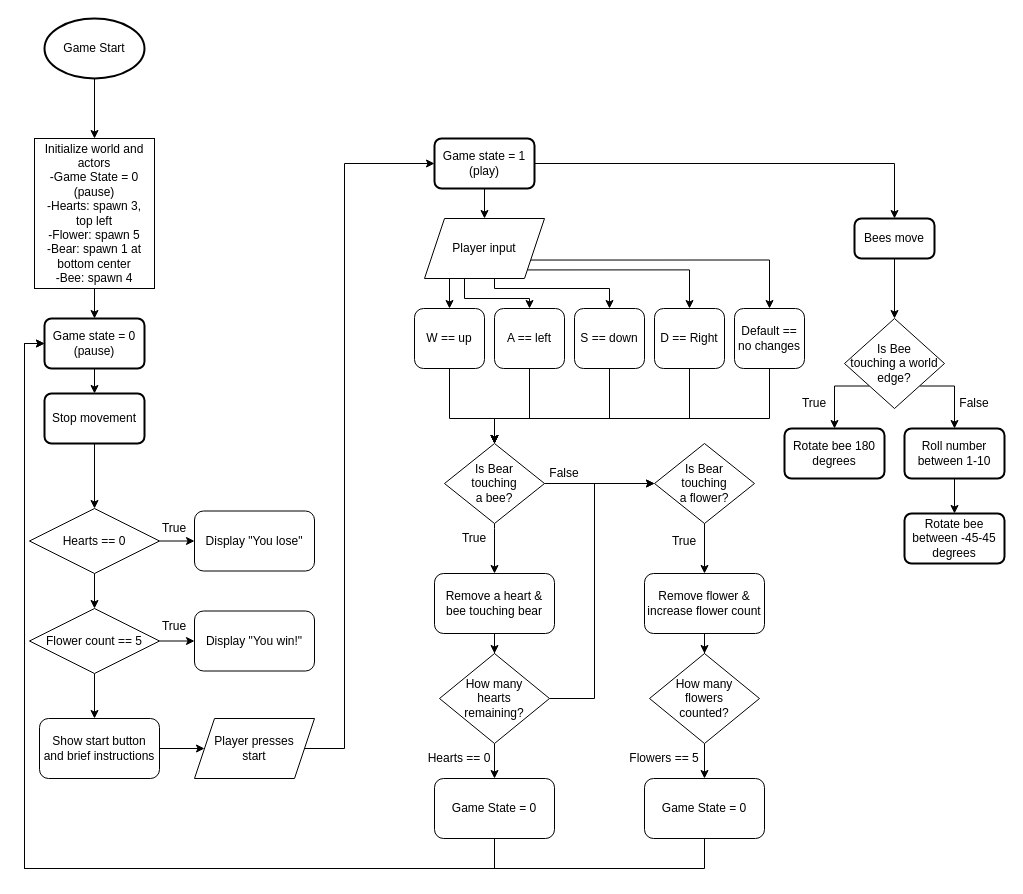
Earlier version of the draw.io diagram Bear-Quet Flowchart.drawio (SFens4984/CSC170). Source tidied: cells renumbered, new cells numbered last; positions are measured from the earlier drawing's top-left corner, leaving out a move shared by most shapes. Both pictures are drawn from the tidied source at 100%, with x=0, y=0 at pixel (24, 18).
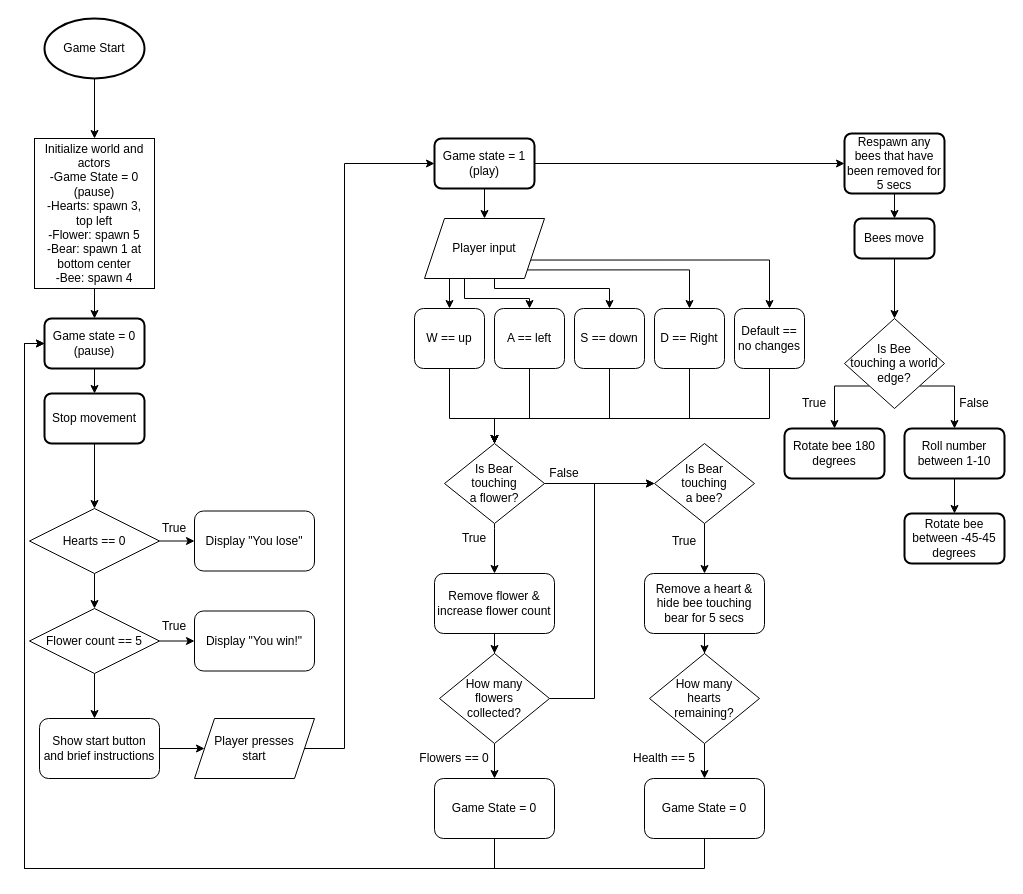
The same page after the edit.

Unchanged cells that the change refers to:
```xml
<mxCell id="36" value="Game state = 1&lt;div&gt;(play)&lt;/div&gt;" style="rounded=1;whiteSpace=wrap;html=1;absoluteArcSize=1;arcSize=14;strokeWidth=2;" parent="1" vertex="1">
  <mxGeometry x="410" y="120" width="100" height="50" as="geometry" />
</mxCell>
<mxCell id="57" value="Bees move" style="whiteSpace=wrap;html=1;rounded=1;absoluteArcSize=1;arcSize=14;strokeWidth=2;" parent="1" vertex="1">
  <mxGeometry x="830" y="200" width="80" height="40" as="geometry" />
</mxCell>
```

Diff of the diagram source:
```diff
@@
-    <mxCell id="12" value="Is Bear&lt;div&gt;touching&lt;div&gt;a bee?&lt;/div&gt;&lt;/div&gt;" style="rhombus;whiteSpace=wrap;html=1;rounded=0;" parent="1" vertex="1">
+    <mxCell id="12" value="Is Bear&lt;div&gt;touching&lt;div&gt;a flower?&lt;/div&gt;&lt;/div&gt;" style="rhombus;whiteSpace=wrap;html=1;rounded=0;" parent="1" vertex="1">
       <mxGeometry x="420" y="425" width="100" height="80" as="geometry" />
     </mxCell>
@@
-    <mxCell id="15" value="Remove a heart &amp;amp; bee touching bear" style="whiteSpace=wrap;html=1;rounded=1;" parent="1" vertex="1">
+    <mxCell id="15" value="Remove flower &amp;amp; increase flower count" style="whiteSpace=wrap;html=1;rounded=1;" parent="1" vertex="1">
       <mxGeometry x="410" y="555" width="120" height="60" as="geometry" />
     </mxCell>
@@
-    <mxCell id="18" value="How&amp;nbsp;&lt;span style=&quot;background-color: transparent; color: light-dark(rgb(0, 0, 0), rgb(255, 255, 255));&quot;&gt;many&lt;/span&gt;&lt;div&gt;&lt;span style=&quot;background-color: transparent; color: light-dark(rgb(0, 0, 0), rgb(255, 255, 255));&quot;&gt;hearts&lt;/span&gt;&lt;div&gt;&lt;span style=&quot;background-color: transparent; color: light-dark(rgb(0, 0, 0), rgb(255, 255, 255));&quot;&gt;remaining?&lt;/span&gt;&lt;/div&gt;&lt;/div&gt;" style="rhombus;whiteSpace=wrap;html=1;rounded=0;" parent="1" vertex="1">
+    <mxCell id="18" value="How&amp;nbsp;&lt;span style=&quot;background-color: transparent; color: light-dark(rgb(0, 0, 0), rgb(255, 255, 255));&quot;&gt;many&lt;/span&gt;&lt;div&gt;&lt;span style=&quot;color: light-dark(rgb(0, 0, 0), rgb(255, 255, 255)); background-color: transparent;&quot;&gt;flowers&lt;/span&gt;&lt;div&gt;&lt;span style=&quot;background-color: transparent; color: light-dark(rgb(0, 0, 0), rgb(255, 255, 255));&quot;&gt;collected&lt;/span&gt;&lt;span style=&quot;background-color: transparent; color: light-dark(rgb(0, 0, 0), rgb(255, 255, 255));&quot;&gt;?&lt;/span&gt;&lt;/div&gt;&lt;/div&gt;" style="rhombus;whiteSpace=wrap;html=1;rounded=0;" parent="1" vertex="1">
       <mxGeometry x="415" y="635" width="110" height="90" as="geometry" />
     </mxCell>
@@
-    <mxCell id="25" value="Hearts == 0" style="text;html=1;whiteSpace=wrap;strokeColor=none;fillColor=none;align=center;verticalAlign=middle;rounded=0;" parent="1" vertex="1">
-      <mxGeometry x="400" y="725" width="70" height="30" as="geometry" />
+    <mxCell id="25" value="Flowers == 0" style="text;html=1;whiteSpace=wrap;strokeColor=none;fillColor=none;align=center;verticalAlign=middle;rounded=0;" parent="1" vertex="1">
+      <mxGeometry x="390" y="725" width="80" height="30" as="geometry" />
     </mxCell>
@@
-    <mxCell id="35" style="edgeStyle=orthogonalEdgeStyle;rounded=0;jettySize=auto;html=1;" parent="1" edge="1" source="36" target="57">
+    <mxCell id="35" style="edgeStyle=orthogonalEdgeStyle;rounded=0;jettySize=auto;html=1;" parent="1" edge="1" source="78" target="57">
       <mxGeometry relative="1" as="geometry" />
     </mxCell>
@@
-    <mxCell id="46" value="Is Bear&lt;div&gt;touching&lt;div&gt;a flower?&lt;/div&gt;&lt;/div&gt;" style="rhombus;whiteSpace=wrap;html=1;rounded=0;" parent="1" vertex="1">
+    <mxCell id="46" value="Is Bear&lt;div&gt;touching&lt;div&gt;a bee?&lt;/div&gt;&lt;/div&gt;" style="rhombus;whiteSpace=wrap;html=1;rounded=0;" parent="1" vertex="1">
       <mxGeometry x="630" y="425" width="100" height="80" as="geometry" />
     </mxCell>
@@
-    <mxCell id="49" value="Remove flower &amp;amp; increase flower count" style="whiteSpace=wrap;html=1;rounded=1;" parent="1" vertex="1">
+    <mxCell id="49" value="Remove a heart &amp;amp; hide bee touching bear for 5 secs" style="whiteSpace=wrap;html=1;rounded=1;" parent="1" vertex="1">
       <mxGeometry x="620" y="555" width="120" height="60" as="geometry" />
     </mxCell>
@@
-    <mxCell id="51" value="How&amp;nbsp;&lt;span style=&quot;background-color: transparent; color: light-dark(rgb(0, 0, 0), rgb(255, 255, 255));&quot;&gt;many&lt;/span&gt;&lt;div&gt;&lt;span style=&quot;background-color: transparent; color: light-dark(rgb(0, 0, 0), rgb(255, 255, 255));&quot;&gt;flowers&lt;/span&gt;&lt;div&gt;&lt;span style=&quot;background-color: transparent; color: light-dark(rgb(0, 0, 0), rgb(255, 255, 255));&quot;&gt;counted?&lt;/span&gt;&lt;/div&gt;&lt;/div&gt;" style="rhombus;whiteSpace=wrap;html=1;rounded=0;" parent="1" vertex="1">
+    <mxCell id="51" value="How&amp;nbsp;&lt;span style=&quot;background-color: transparent; color: light-dark(rgb(0, 0, 0), rgb(255, 255, 255));&quot;&gt;many&lt;/span&gt;&lt;div&gt;hearts&lt;/div&gt;&lt;div&gt;remaining?&lt;/div&gt;" style="rhombus;whiteSpace=wrap;html=1;rounded=0;" parent="1" vertex="1">
       <mxGeometry x="625" y="635" width="110" height="90" as="geometry" />
     </mxCell>
@@
-    <mxCell id="55" value="Flowers == 5" style="text;html=1;whiteSpace=wrap;strokeColor=none;fillColor=none;align=center;verticalAlign=middle;rounded=0;" parent="1" vertex="1">
+    <mxCell id="55" value="Health == 5" style="text;html=1;whiteSpace=wrap;strokeColor=none;fillColor=none;align=center;verticalAlign=middle;rounded=0;" parent="1" vertex="1">
       <mxGeometry x="600" y="725" width="80" height="30" as="geometry" />
     </mxCell>
@@
+    <mxCell id="77" style="edgeStyle=orthogonalEdgeStyle;rounded=0;jettySize=auto;html=1;" parent="1" edge="1" source="36" target="78">
+      <mxGeometry relative="1" as="geometry" />
+    </mxCell>
+    <mxCell id="78" value="Respawn any bees that have been removed for 5 secs" style="whiteSpace=wrap;html=1;rounded=1;absoluteArcSize=1;arcSize=14;strokeWidth=2;" parent="1" vertex="1">
+      <mxGeometry x="820" y="115" width="100" height="60" as="geometry" />
+    </mxCell>
```
